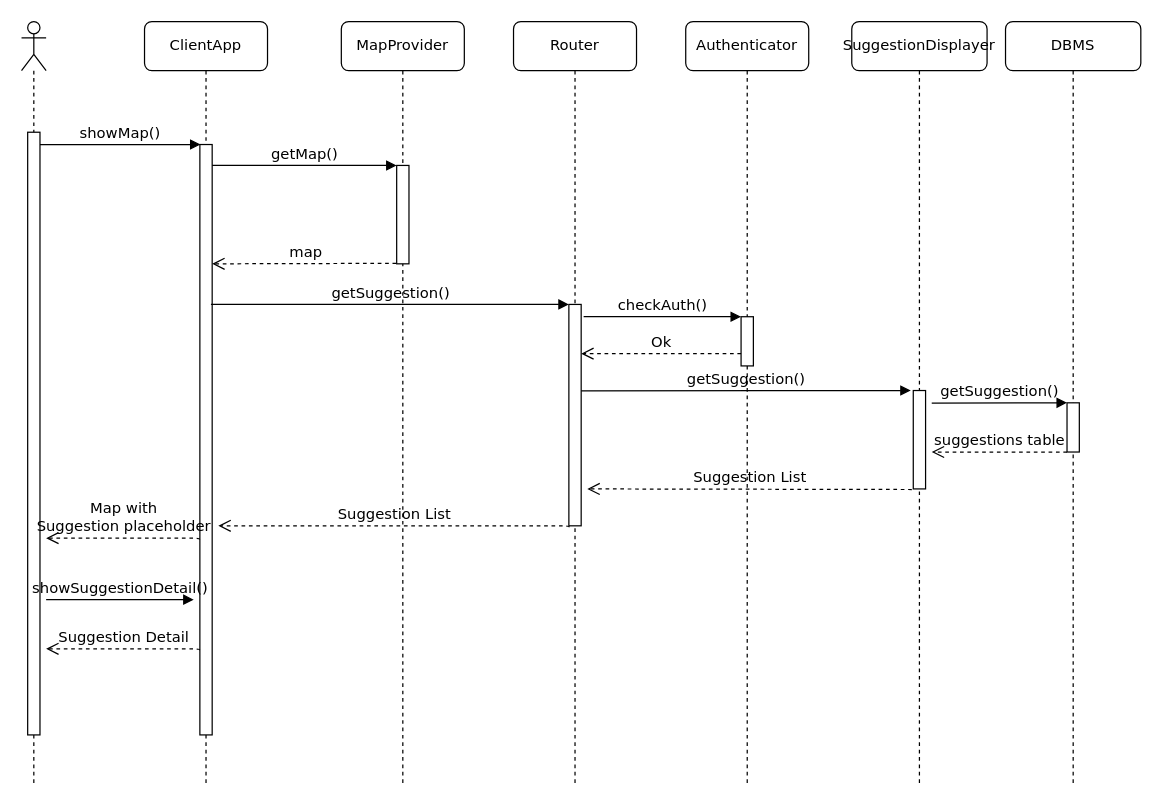
Above: DD/diagrams/visualize-suggestion-sequence.drawio in f3d0ss/CazzolaDotti-se2 (draw.io), before the change. Source tidied: cells renumbered, new cells numbered last; positions are measured from the earlier drawing's top-left corner, leaving out a move shared by most shapes. Both pictures are drawn from the tidied source at 123%, with x=0, y=0 at pixel (-15, 21).
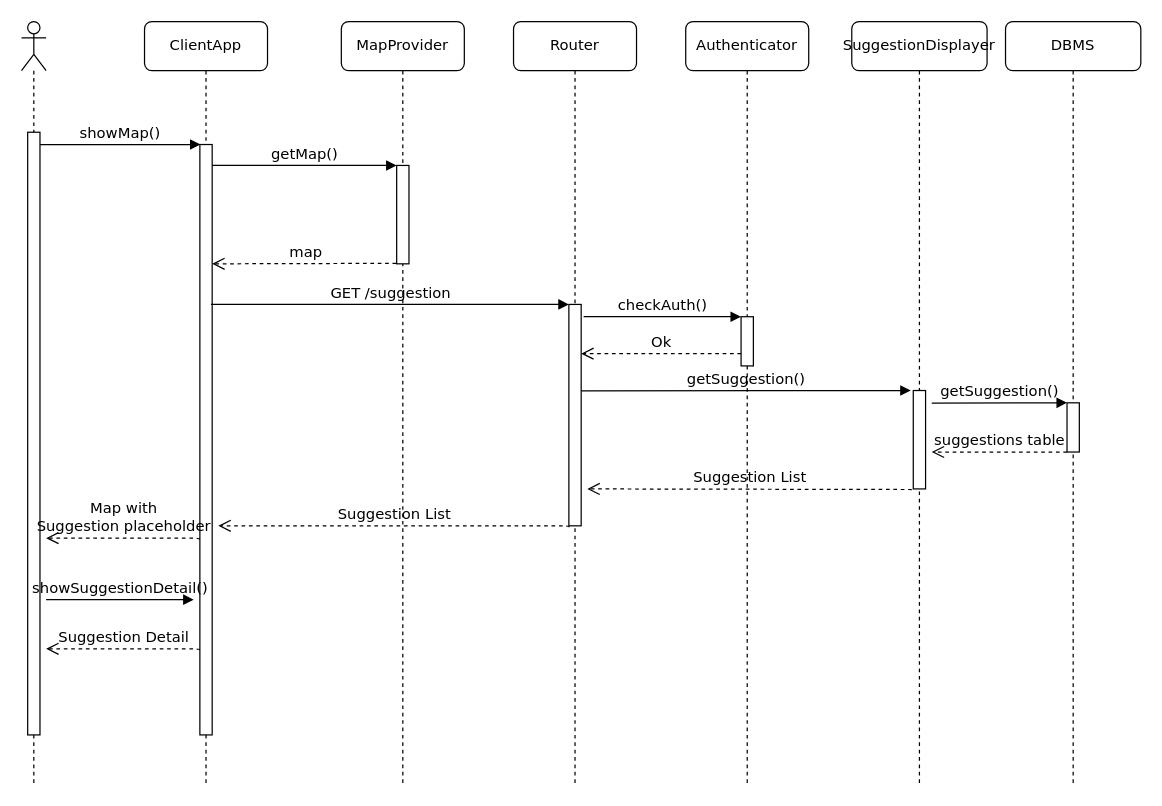
The same page after the edit.

The change refers to these unchanged cells:
```xml
<mxCell id="7" style="html=1;points=[];perimeter=orthogonalPerimeter;rounded=0;shadow=0;comic=0;labelBackgroundColor=none;strokeWidth=1;fontFamily=Verdana;fontSize=12;align=center;" parent="6" vertex="1">
  <mxGeometry x="45" y="230" width="10" height="180" as="geometry" />
</mxCell>
```

The edit, as a diff of the source:
```diff
@@
-    <mxCell id="20" value="getSuggestion()" style="html=1;verticalAlign=bottom;endArrow=block;labelBackgroundColor=none;fontFamily=Verdana;fontSize=12;edgeStyle=elbowEdgeStyle;elbow=vertical;" parent="1" edge="1" target="7">
+    <mxCell id="20" value="GET /suggestion" style="html=1;verticalAlign=bottom;endArrow=block;labelBackgroundColor=none;fontFamily=Verdana;fontSize=12;edgeStyle=elbowEdgeStyle;elbow=vertical;" parent="1" edge="1" target="7">
       <mxGeometry relative="1" as="geometry">
         <mxPoint x="183" y="230" as="sourcePoint" />
         <Array as="points">
           <mxPoint x="349" y="230" />
         </Array>
       </mxGeometry>
     </mxCell>
```
